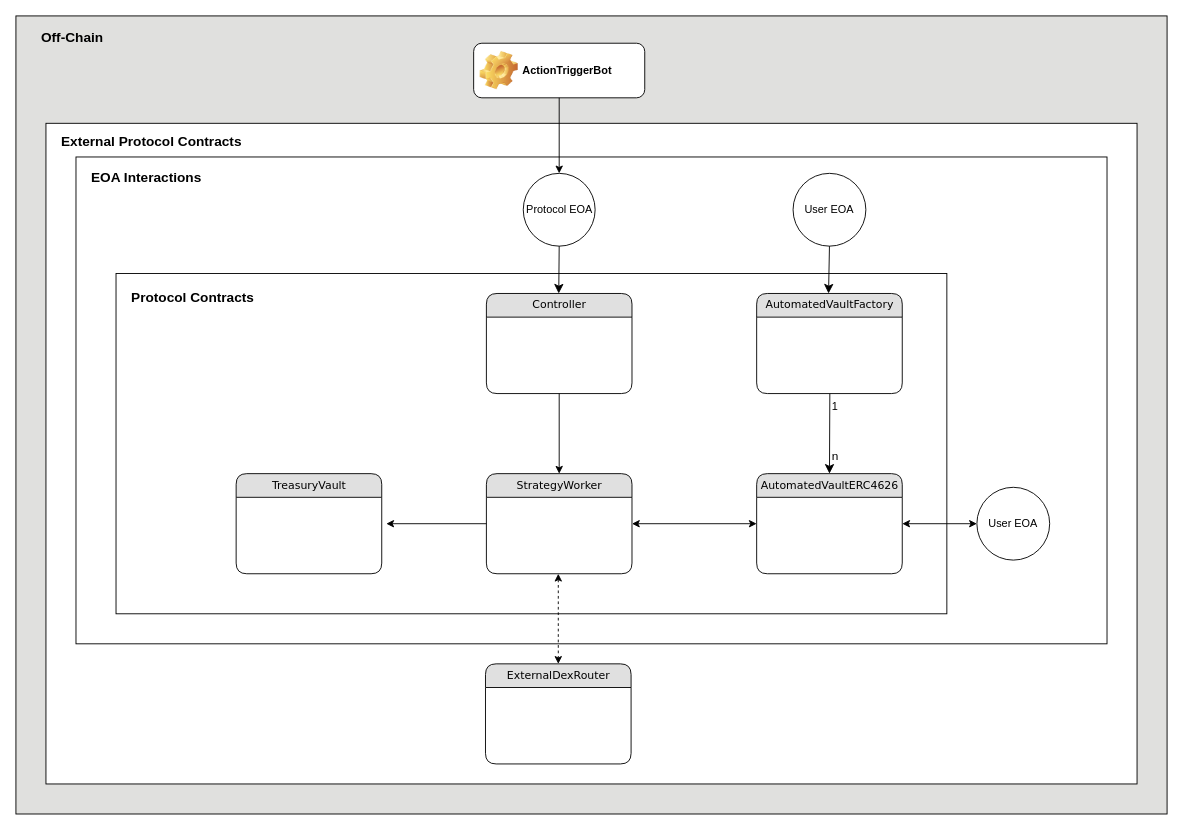
This is docs/architecture_diagram.drawio from adsvferreira/DCAStrategyVaults, a draw.io file, before an edit. Source tidied: cells renumbered, new cells numbered last; positions are measured from the earlier drawing's top-left corner, leaving out a move shared by most shapes. Both pictures are drawn from the tidied source at 91%, with x=0, y=0 at pixel (15, 15).
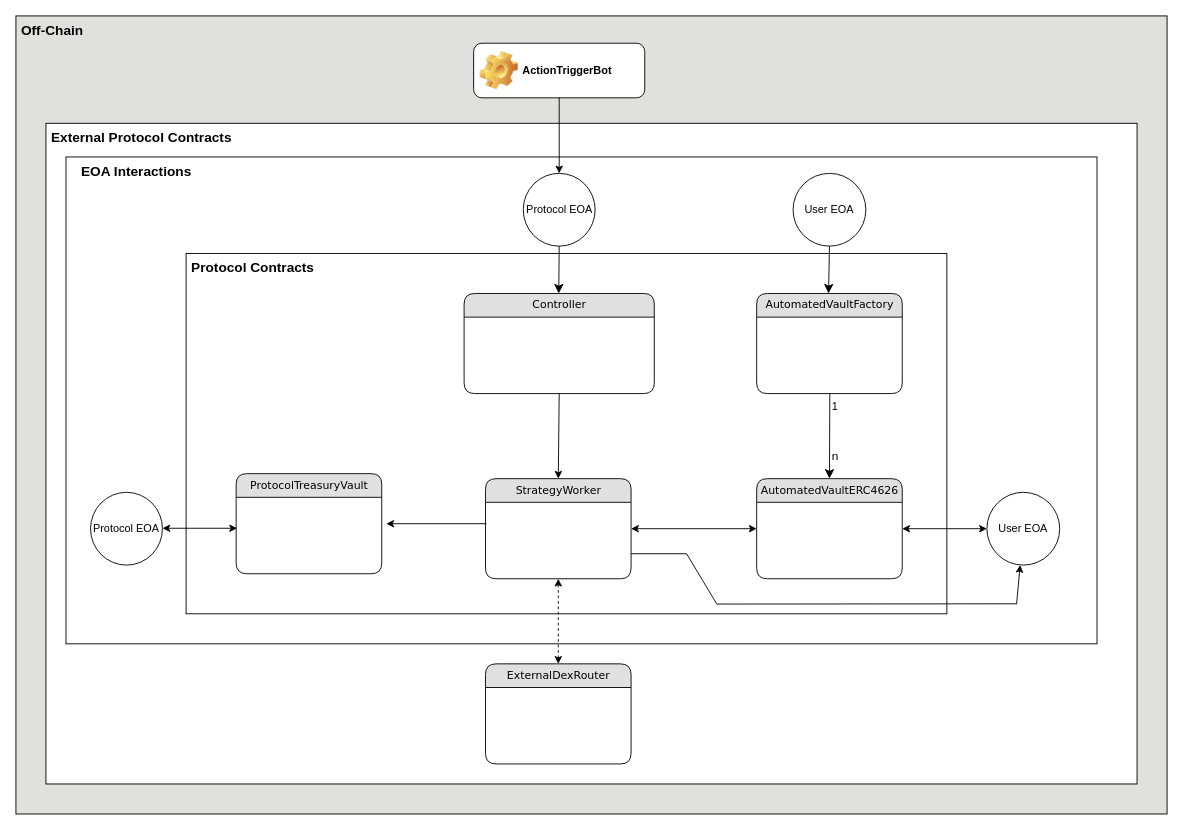
Above is the later version.

The change refers to these unchanged cells:
```xml
<mxCell id="17" value="ExternalDexRouter" style="swimlane;html=1;fontStyle=0;horizontal=1;startSize=26;fillColor=#e0e0e0;swimlaneFillColor=#ffffff;align=center;rounded=1;shadow=0;comic=0;labelBackgroundColor=none;strokeWidth=1;fontFamily=Verdana;fontSize=12;" parent="1" vertex="1">
  <mxGeometry x="516" y="712" width="160" height="110" as="geometry" />
</mxCell>
```

The edit, as a diff of the source:
```diff
@@
     <mxCell id="4" style="rounded=0;whiteSpace=wrap;html=1;" parent="1" vertex="1">
-      <mxGeometry x="66" y="155" width="1133" height="535" as="geometry" />
+      <mxGeometry x="55" y="155" width="1133" height="535" as="geometry" />
     </mxCell>
     <mxCell id="5" style="rounded=0;whiteSpace=wrap;html=1;" parent="1" vertex="1">
-      <mxGeometry x="110" y="283" width="913" height="374" as="geometry" />
+      <mxGeometry x="187" y="261" width="836" height="396" as="geometry" />
     </mxCell>
@@
     <mxCell id="8" value="AutomatedVaultERC4626" style="swimlane;html=1;fontStyle=0;horizontal=1;startSize=26;fillColor=#e0e0e0;swimlaneFillColor=#ffffff;align=center;rounded=1;shadow=0;comic=0;labelBackgroundColor=none;strokeWidth=1;fontFamily=Verdana;fontSize=12;" parent="1" vertex="1">
-      <mxGeometry x="814" y="503" width="160" height="110" as="geometry" />
+      <mxGeometry x="814" y="508.5" width="160" height="110" as="geometry" />
     </mxCell>
@@
     <mxCell id="13" value="User EOA" style="ellipse;whiteSpace=wrap;html=1;" parent="1" vertex="1">
-      <mxGeometry x="1056" y="518" width="80" height="80" as="geometry" />
+      <mxGeometry x="1067" y="523.5" width="80" height="80" as="geometry" />
     </mxCell>
@@
     <mxCell id="15" value="StrategyWorker" style="swimlane;html=1;fontStyle=0;horizontal=1;startSize=26;fillColor=#e0e0e0;swimlaneFillColor=#ffffff;align=center;rounded=1;shadow=0;comic=0;labelBackgroundColor=none;strokeWidth=1;fontFamily=Verdana;fontSize=12;" parent="1" vertex="1">
-      <mxGeometry x="517" y="503" width="160" height="110" as="geometry" />
+      <mxGeometry x="516" y="508.5" width="160" height="110" as="geometry" />
     </mxCell>
     <mxCell id="16" value="Controller" style="swimlane;html=1;fontStyle=0;horizontal=1;startSize=26;fillColor=#e0e0e0;swimlaneFillColor=#ffffff;align=center;rounded=1;shadow=0;comic=0;labelBackgroundColor=none;strokeWidth=1;fontFamily=Verdana;fontSize=12;" parent="1" vertex="1">
-      <mxGeometry x="517" y="305" width="160" height="110" as="geometry" />
+      <mxGeometry x="492.5" y="305" width="209" height="110" as="geometry" />
     </mxCell>
@@
-    <mxCell id="18" value="TreasuryVault" style="swimlane;html=1;fontStyle=0;horizontal=1;startSize=26;fillColor=#e0e0e0;swimlaneFillColor=#ffffff;align=center;rounded=1;shadow=0;comic=0;labelBackgroundColor=none;strokeWidth=1;fontFamily=Verdana;fontSize=12;" parent="1" vertex="1">
+    <mxCell id="18" value="ProtocolTreasuryVault" style="swimlane;html=1;fontStyle=0;horizontal=1;startSize=26;fillColor=#e0e0e0;swimlaneFillColor=#ffffff;align=center;rounded=1;shadow=0;comic=0;labelBackgroundColor=none;strokeWidth=1;fontFamily=Verdana;fontSize=12;" parent="1" vertex="1">
       <mxGeometry x="242" y="503" width="160" height="110" as="geometry" />
     </mxCell>
@@
-    <mxCell id="23" style="endArrow=classic;html=1;rounded=0;exitX=0;exitY=0.5;exitDx=0;exitDy=0;" parent="1" edge="1" source="15">
+    <mxCell id="23" style="endArrow=classic;html=1;rounded=0;" parent="1" edge="1">
       <mxGeometry relative="1" as="geometry">
+        <mxPoint x="517" y="558" as="sourcePoint" />
         <mxPoint x="407" y="558" as="targetPoint" />
       </mxGeometry>
     </mxCell>
-    <mxCell id="24" style="endArrow=classic;startArrow=classic;html=1;rounded=0;exitX=0.5;exitY=1;exitDx=0;exitDy=0;dashed=1;entryX=0.5;entryY=0;entryDx=0;entryDy=0;" parent="1" edge="1" target="17">
-      <mxGeometry relative="1" as="geometry">
-        <mxPoint x="596" y="613" as="sourcePoint" />
-      </mxGeometry>
+    <mxCell id="24" style="endArrow=classic;startArrow=classic;html=1;rounded=0;dashed=1;entryX=0.5;entryY=0;entryDx=0;entryDy=0;exitX=0.5;exitY=1;exitDx=0;exitDy=0;" parent="1" edge="1" source="15" target="17">
+      <mxGeometry relative="1" as="geometry" />
     </mxCell>
@@
     <mxCell id="27" value="&lt;font style=&quot;font-size: 15px;&quot;&gt;Off-Chain&lt;/font&gt;" style="text;html=1;strokeColor=none;fillColor=none;spacingLeft=4;spacingRight=4;whiteSpace=wrap;overflow=hidden;fontSize=15;fontStyle=1;" parent="1" vertex="1">
-      <mxGeometry x="22" y="8" width="121" height="33" as="geometry" />
+      <mxGeometry width="121" height="33" as="geometry" />
     </mxCell>
     <mxCell id="28" value="&lt;font style=&quot;font-size: 15px;&quot;&gt;External Protocol Contracts&lt;/font&gt;" style="text;html=1;strokeColor=none;fillColor=none;spacingLeft=4;spacingRight=4;whiteSpace=wrap;overflow=hidden;fontSize=15;fontStyle=1;" parent="1" vertex="1">
-      <mxGeometry x="44" y="122" width="231" height="33" as="geometry" />
+      <mxGeometry x="33" y="118" width="231" height="33" as="geometry" />
     </mxCell>
     <mxCell id="29" value="&lt;font style=&quot;font-size: 15px;&quot;&gt;EOA Interactions&lt;/font&gt;" style="text;html=1;strokeColor=none;fillColor=none;spacingLeft=4;spacingRight=4;whiteSpace=wrap;overflow=hidden;fontSize=15;fontStyle=1;" parent="1" vertex="1">
-      <mxGeometry x="77" y="162" width="231" height="33" as="geometry" />
+      <mxGeometry x="66" y="155" width="231" height="33" as="geometry" />
     </mxCell>
     <mxCell id="30" value="&lt;font style=&quot;font-size: 15px;&quot;&gt;Protocol Contracts&lt;/font&gt;" style="text;html=1;strokeColor=none;fillColor=none;spacingLeft=4;spacingRight=4;whiteSpace=wrap;overflow=hidden;fontSize=15;fontStyle=1;" parent="1" vertex="1">
-      <mxGeometry x="121" y="294" width="231" height="33" as="geometry" />
+      <mxGeometry x="187" y="261" width="231" height="33" as="geometry" />
     </mxCell>
+    <mxCell id="31" value="Protocol EOA" style="ellipse;whiteSpace=wrap;html=1;" parent="1" vertex="1">
+      <mxGeometry x="82" y="523.5" width="79" height="80" as="geometry" />
+    </mxCell>
+    <mxCell id="32" style="endArrow=classic;startArrow=classic;html=1;rounded=0;exitX=1;exitY=0.5;exitDx=0;exitDy=0;entryX=0;entryY=0.5;entryDx=0;entryDy=0;" parent="1" edge="1">
+      <mxGeometry relative="1" as="geometry">
+        <mxPoint x="161" y="563" as="sourcePoint" />
+        <mxPoint x="243" y="563" as="targetPoint" />
+      </mxGeometry>
+    </mxCell>
+    <mxCell id="33" style="endArrow=none;html=1;rounded=0;exitX=1;exitY=0.75;exitDx=0;exitDy=0;" parent="1" edge="1" source="15">
+      <mxGeometry relative="1" as="geometry">
+        <mxPoint x="737" y="591" as="targetPoint" />
+      </mxGeometry>
+    </mxCell>
+    <mxCell id="34" style="endArrow=none;html=1;rounded=0;exitX=1;exitY=0.75;exitDx=0;exitDy=0;" parent="1" edge="1">
+      <mxGeometry relative="1" as="geometry">
+        <mxPoint x="737" y="591" as="sourcePoint" />
+        <mxPoint x="770" y="646" as="targetPoint" />
+      </mxGeometry>
+    </mxCell>
+    <mxCell id="35" style="endArrow=none;html=1;rounded=0;entryX=0.945;entryY=0.917;entryDx=0;entryDy=0;entryPerimeter=0;" parent="1" edge="1">
+      <mxGeometry relative="1" as="geometry">
+        <mxPoint x="770" y="646.3" as="sourcePoint" />
+        <mxPoint x="1100.1" y="646" as="targetPoint" />
+      </mxGeometry>
+    </mxCell>
+    <mxCell id="36" style="endArrow=classic;html=1;rounded=0;exitX=0.922;exitY=0.918;exitDx=0;exitDy=0;exitPerimeter=0;" parent="1" edge="1" source="4" target="13">
+      <mxGeometry relative="1" as="geometry" />
+    </mxCell>
```
